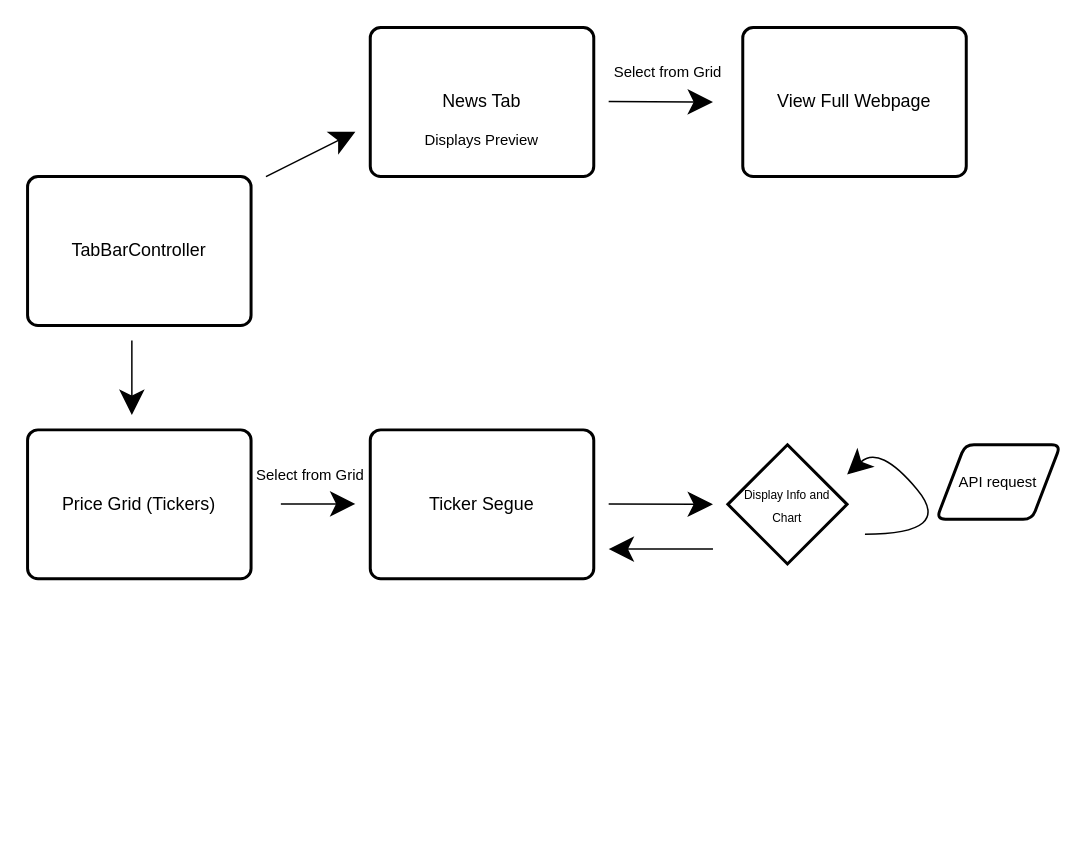
alexander-bui/cosc4355_ios_app_project keeps this draw.io diagram as app_specifications/user_flow_diagram.drawio. Above is the earlier version. Source tidied: cells renumbered, new cells numbered last; positions are measured from the earlier drawing's top-left corner, leaving out a move shared by most shapes. Both pictures are drawn from the tidied source at 149%, with x=0, y=0 at pixel (27, 27).
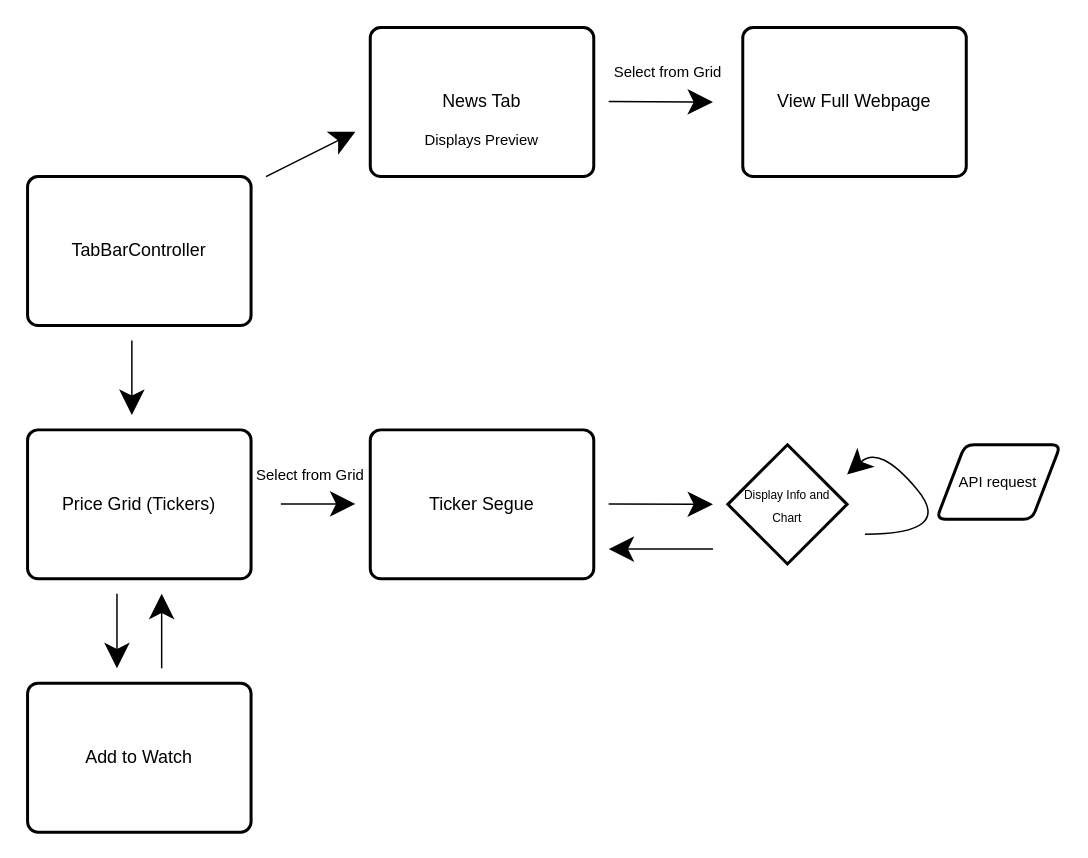
Above is the later version.

What changed in the source:
```diff
@@
+    <mxCell id="19" style="endArrow=classic;html=1;startSize=14;endSize=14;sourcePerimeterSpacing=8;targetPerimeterSpacing=8;" parent="1" edge="1">
+      <mxGeometry relative="1" as="geometry">
+        <mxPoint x="60" y="380" as="sourcePoint" />
+        <mxPoint x="60" y="430" as="targetPoint" />
+      </mxGeometry>
+    </mxCell>
+    <mxCell id="20" style="endArrow=classic;html=1;startSize=14;endSize=14;sourcePerimeterSpacing=8;targetPerimeterSpacing=8;" parent="1" edge="1">
+      <mxGeometry relative="1" as="geometry">
+        <mxPoint x="90" y="430" as="sourcePoint" />
+        <mxPoint x="90" y="380" as="targetPoint" />
+      </mxGeometry>
+    </mxCell>
+    <mxCell id="21" value="Add to Watch" style="rounded=1;whiteSpace=wrap;html=1;absoluteArcSize=1;arcSize=14;strokeWidth=2;hachureGap=4;" parent="1" vertex="1">
+      <mxGeometry y="440" width="150" height="100" as="geometry" />
+    </mxCell>
```
